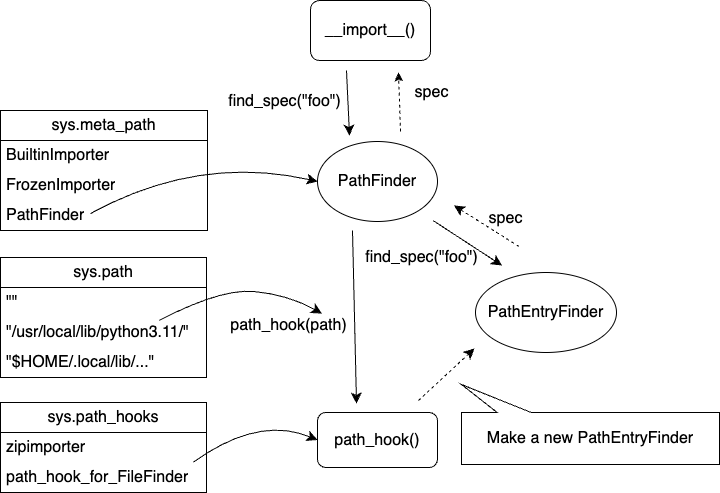
Above: images/python-import-system/path-finder.png in sankantsu/zenn (draw.io), before the change. Source tidied: cells renumbered, new cells last; positions are measured from the earlier drawing's top-left corner, leaving out a move shared by most shapes.
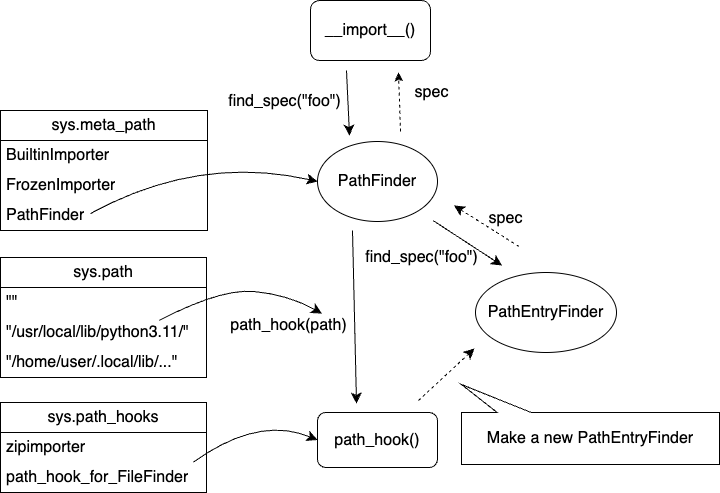
After the commit.

Change to the diagram source:
```diff
@@ -50,7 +50,7 @@
     <mxCell id="13" value="&quot;/usr/local/lib/python3.11/&quot;" style="text;strokeColor=none;fillColor=none;align=left;verticalAlign=middle;spacingLeft=4;spacingRight=4;overflow=hidden;points=[[0,0.5],[1,0.5]];portConstraint=eastwest;whiteSpace=wrap;html=1;fontSize=16;" parent="11" vertex="1">
       <mxGeometry y="60" width="206" height="30" as="geometry" />
     </mxCell>
-    <mxCell id="14" value="&quot;$HOME/.local/lib/...&quot;" style="text;strokeColor=none;fillColor=none;align=left;verticalAlign=middle;spacingLeft=4;spacingRight=4;overflow=hidden;whiteSpace=wrap;html=1;fontSize=16;" parent="11" vertex="1">
+    <mxCell id="14" value="&quot;/home/user/.local/lib/...&quot;" style="text;strokeColor=none;fillColor=none;align=left;verticalAlign=middle;spacingLeft=4;spacingRight=4;overflow=hidden;whiteSpace=wrap;html=1;fontSize=16;" parent="11" vertex="1">
       <mxGeometry y="90" width="206" height="30" as="geometry" />
     </mxCell>
     <mxCell id="15" value="sys.path_hooks" style="swimlane;fontStyle=0;horizontal=1;startSize=30;whiteSpace=wrap;html=1;fontSize=16;" parent="1" vertex="1">
```
